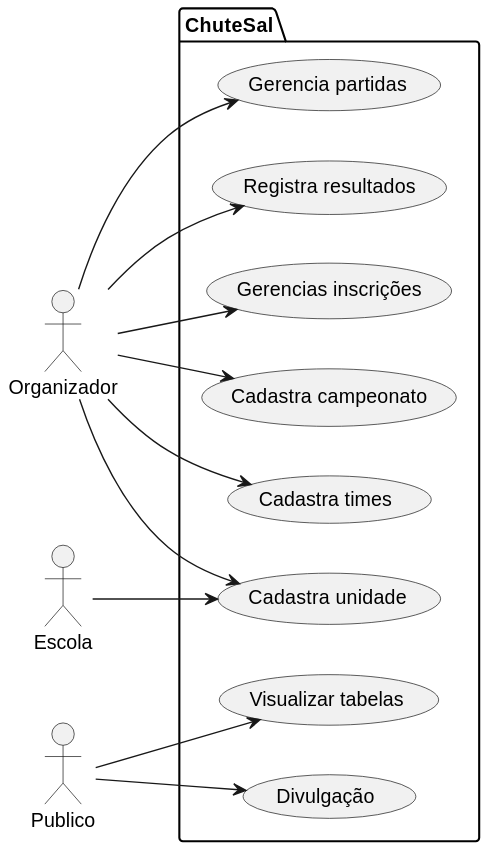
This is docs/img/usecases.svg from gtkacz/ChuteSal, a PlantUML export, as it was before one commit.
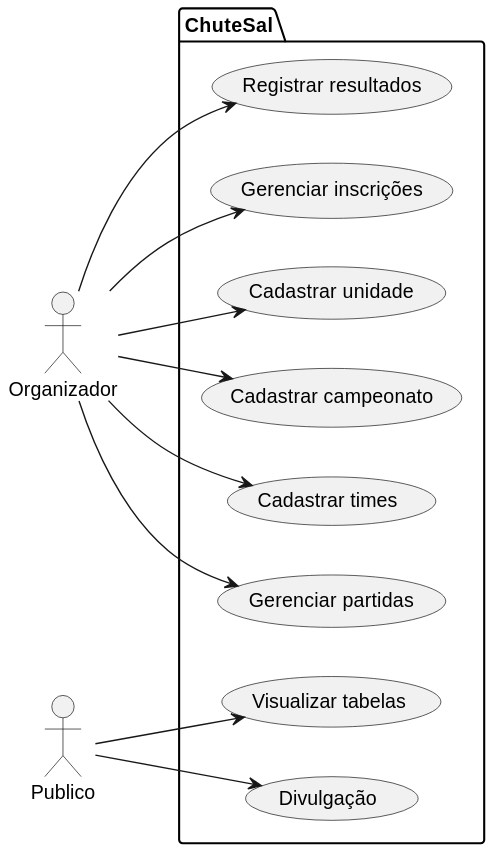
Later version of the same file.

Commit message:
Making use cases better

What changed in the source:
```diff
@@ -2,20 +2,18 @@
 left to right direction
 
 actor Organizador as o
-actor Escola as e
 actor Publico as p
 
 package ChuteSal {
-  usecase "Cadastra unidade" as UC1
-  usecase "Cadastra campeonato" as UC2
-  usecase "Cadastra times" as UC3
-  usecase "Gerencia partidas" as UC4
-  usecase "Registra resultados" as UC5
+  usecase "Cadastrar unidade" as UC1
+  usecase "Cadastrar campeonato" as UC2
+  usecase "Cadastrar times" as UC3
+  usecase "Gerenciar partidas" as UC4
+  usecase "Registrar resultados" as UC5
   usecase "Divulgação" as UC6
   usecase "Visualizar tabelas" as UC7
-  usecase "Gerencias inscrições" as UC8
+  usecase "Gerenciar inscrições" as UC8
 }
-e --> UC1
 p --> UC6
 p --> UC7
 o --> UC1
```
